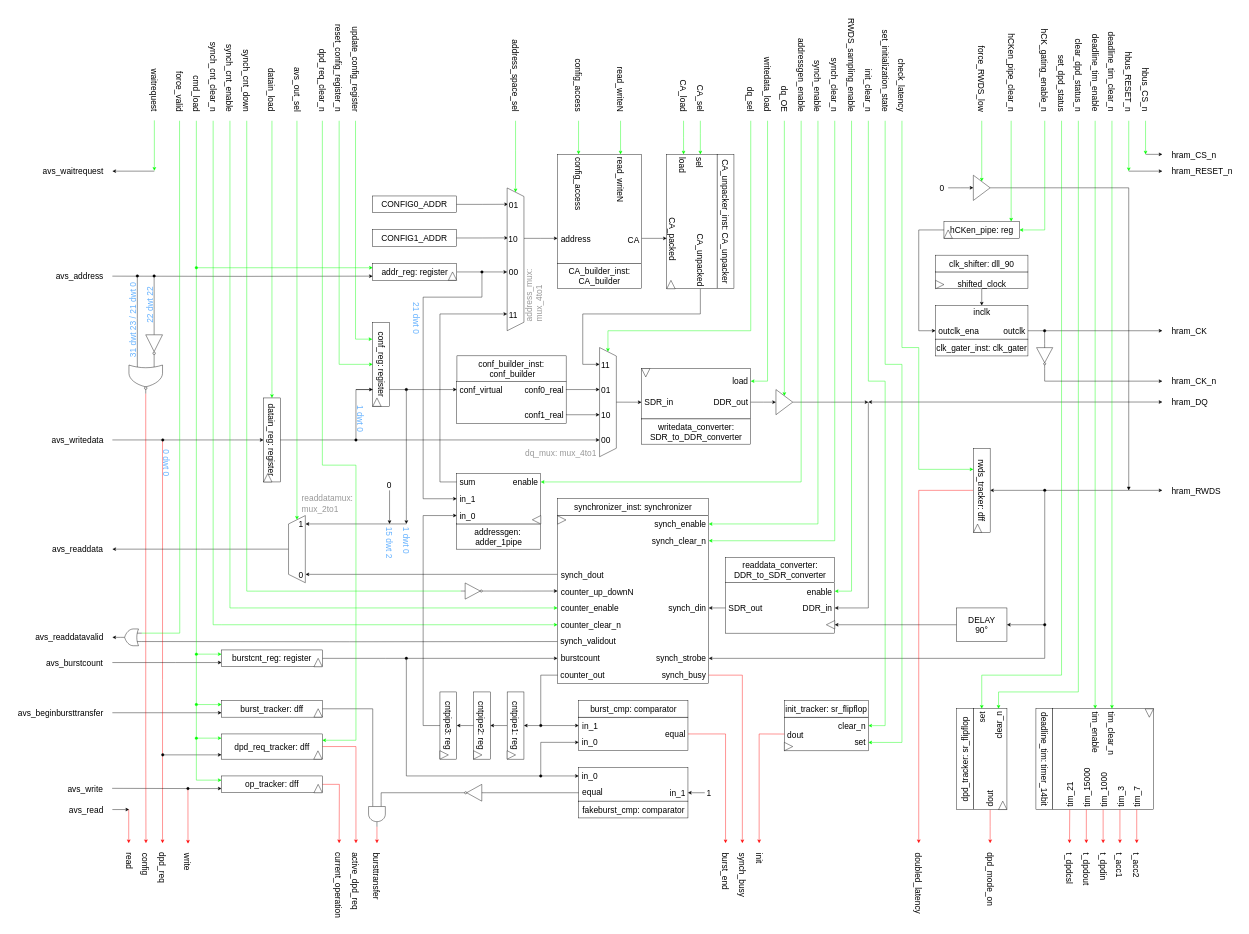
This is page "RTL" (2 of 9) of hyperram_system/ip/avs_to_hram_converter/schematics/avs_to_hram_converter.drawio from AndreaBononi/Intel_Cyclone10LP_systems, a draw.io file, before an edit. Source tidied: cells renumbered, new cells numbered last; positions are measured from the earlier drawing's top-left corner, leaving out a move shared by most shapes. Both pictures are drawn from the tidied source at 42%, with x=0, y=0 at pixel (7, 51).
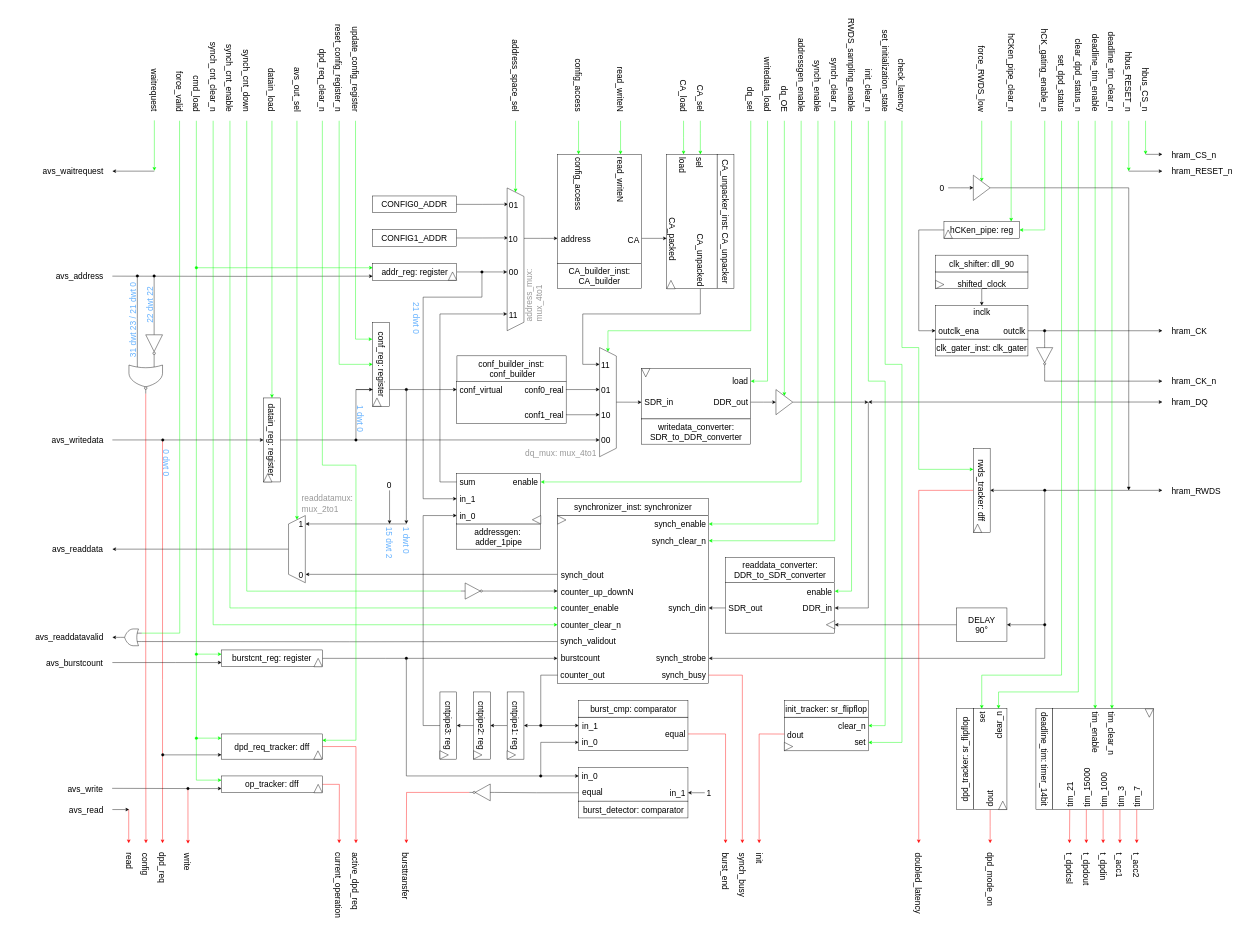
After the change.

Change to the diagram source:
```diff
@@
-    <mxCell id="25" style="endArrow=classic;html=1;rounded=0;" parent="1" edge="1">
-      <mxGeometry relative="1" as="geometry">
-        <mxPoint x="250" y="1574.5" as="sourcePoint" />
-        <mxPoint x="510" y="1574.5" as="targetPoint" />
-      </mxGeometry>
-    </mxCell>
@@
     <mxCell id="126" style="edgeStyle=orthogonalEdgeStyle;rounded=0;orthogonalLoop=1;jettySize=auto;html=1;strokeColor=#00FF00;startArrow=oval;startFill=1;fontSize=20;" parent="1" edge="1">
       <mxGeometry relative="1" as="geometry">
-        <mxPoint x="450" y="1555" as="sourcePoint" />
+        <mxPoint x="450" y="1435" as="sourcePoint" />
         <mxPoint x="510" y="1635" as="targetPoint" />
         <Array as="points">
           <mxPoint x="450" y="1635" />
         </Array>
       </mxGeometry>
     </mxCell>
@@
-    <mxCell id="133" style="edgeStyle=orthogonalEdgeStyle;rounded=0;jettySize=auto;html=1;strokeColor=default;exitX=0.5;exitY=0;exitDx=0;exitDy=0;endArrow=none;endFill=0;entryX=0;entryY=0.75;entryDx=0;entryDy=0;entryPerimeter=0;" parent="1" edge="1" source="135" target="298">
-      <mxGeometry relative="1" as="geometry">
-        <Array as="points">
-          <mxPoint x="870" y="1565" />
-        </Array>
-      </mxGeometry>
-    </mxCell>
-    <mxCell id="134" style="edgeStyle=orthogonalEdgeStyle;rounded=0;orthogonalLoop=1;jettySize=auto;html=1;strokeColor=#00FF00;startArrow=oval;startFill=1;" parent="1" edge="1">
-      <mxGeometry relative="1" as="geometry">
-        <mxPoint x="450" y="1435" as="sourcePoint" />
-        <mxPoint x="510" y="1555" as="targetPoint" />
-        <Array as="points">
-          <mxPoint x="450" y="1555" />
-        </Array>
-      </mxGeometry>
-    </mxCell>
-    <mxCell id="135" value="&lt;font style=&quot;font-size: 20px;&quot;&gt;burst_tracker: dff&lt;/font&gt;" style="rounded=0;whiteSpace=wrap;html=1;horizontal=1;direction=south;fontSize=20;rotation=0;" parent="1" vertex="1">
-      <mxGeometry x="509.9" y="1545.2" width="240" height="39.8" as="geometry" />
-    </mxCell>
-    <mxCell id="136" style="triangle;whiteSpace=wrap;html=1;direction=west;fontSize=20;rotation=90;" parent="1" vertex="1">
-      <mxGeometry x="730" y="1565" width="20" height="20" as="geometry" />
-    </mxCell>
@@
-    <mxCell id="226" value="&lt;font style=&quot;font-size: 20px;&quot;&gt;avs_beginbursttransfer&lt;/font&gt;" style="text;html=1;align=right;verticalAlign=middle;strokeColor=none;fillColor=none;rotation=0;" parent="1" vertex="1">
-      <mxGeometry y="1555" width="230" height="40" as="geometry" />
-    </mxCell>
     <mxCell id="227" value="bursttransfer" style="text;html=1;align=left;verticalAlign=middle;strokeColor=none;fillColor=none;fontSize=20;rotation=90;" parent="1" vertex="1">
-      <mxGeometry x="809.5" y="1955" width="140" height="40" as="geometry" />
+      <mxGeometry x="879" y="1955" width="140" height="40" as="geometry" />
     </mxCell>
@@
-    <mxCell id="263" value="&lt;div&gt;&lt;font style=&quot;font-size: 20px;&quot;&gt;fakeburst_cmp: comparator&lt;/font&gt;&lt;/div&gt;" style="rounded=0;whiteSpace=wrap;html=1;direction=north;horizontal=0;rotation=90;fontSize=20;" parent="1" vertex="1">
+    <mxCell id="263" value="&lt;div&gt;&lt;font style=&quot;font-size: 20px;&quot;&gt;burst_detector: comparator&lt;/font&gt;&lt;/div&gt;" style="rounded=0;whiteSpace=wrap;html=1;direction=north;horizontal=0;rotation=90;fontSize=20;" parent="1" vertex="1">
       <mxGeometry x="1470.5" y="1675" width="40" height="260" as="geometry" />
     </mxCell>
@@
     <mxCell id="296" style="verticalLabelPosition=bottom;shadow=0;dashed=0;align=center;html=1;verticalAlign=top;shape=mxgraph.electrical.logic_gates.inverter_2;direction=west;" parent="1" vertex="1">
-      <mxGeometry x="1079.8" y="1745" width="60" height="40" as="geometry" />
+      <mxGeometry x="1100" y="1744.2" width="60" height="40" as="geometry" />
     </mxCell>
-    <mxCell id="297" style="edgeStyle=orthogonalEdgeStyle;rounded=0;jettySize=auto;html=1;exitX=1;exitY=0.5;exitDx=0;exitDy=0;exitPerimeter=0;strokeColor=#FF0000;" parent="1" edge="1" source="298">
+    <mxCell id="297" style="edgeStyle=orthogonalEdgeStyle;rounded=0;jettySize=auto;html=1;exitX=1;exitY=0.5;exitDx=0;exitDy=0;exitPerimeter=0;strokeColor=#FF0000;" parent="1" edge="1" source="296">
       <mxGeometry relative="1" as="geometry">
-        <mxPoint x="880" y="1885" as="targetPoint" />
+        <mxPoint x="950" y="1885" as="targetPoint" />
       </mxGeometry>
     </mxCell>
-    <mxCell id="298" style="verticalLabelPosition=bottom;shadow=0;dashed=0;align=center;html=1;verticalAlign=top;shape=mxgraph.electrical.logic_gates.logic_gate;operation=and;direction=south;" parent="1" vertex="1">
-      <mxGeometry x="860" y="1785.8" width="40" height="60" as="geometry" />
-    </mxCell>
-    <mxCell id="299" style="edgeStyle=orthogonalEdgeStyle;rounded=0;jettySize=auto;html=1;exitX=1;exitY=0.5;exitDx=0;exitDy=0;exitPerimeter=0;entryX=0;entryY=0.25;entryDx=0;entryDy=0;entryPerimeter=0;endArrow=none;endFill=0;" parent="1" edge="1" source="296" target="298">
-      <mxGeometry relative="1" as="geometry" />
-    </mxCell>
```
